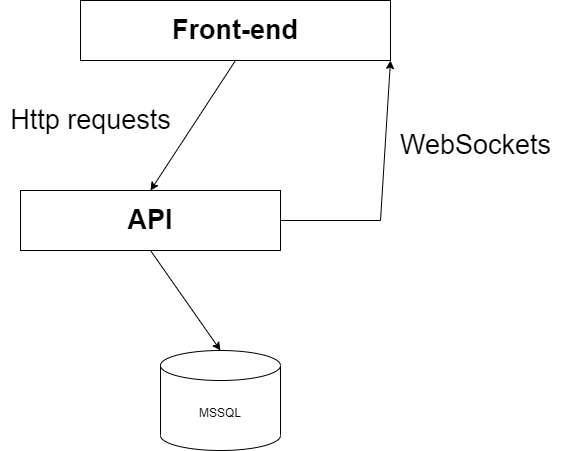
AGranosik/LetChooseTeams keeps this draw.io diagram as images/v1_architecture.png. Above is the earlier version. Source tidied: cells renumbered, new cells last; positions are measured from the earlier drawing's top-left corner, leaving out a move shared by most shapes.
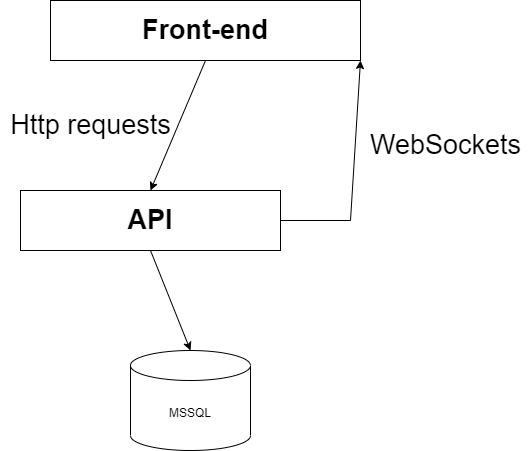
After the change.

Commit message:
white image bacground

What changed in the source:
```diff
@@ -1,4 +1,4 @@
-<mxGraphModel>
+<mxGraphModel background="#FFFFFF">
   <root>
     <mxCell id="0" />
     <mxCell id="1" parent="0" />
@@ -9,10 +9,10 @@
       <mxGeometry x="80" width="310" height="60" as="geometry" />
     </mxCell>
     <mxCell id="4" value="&lt;b&gt;API&lt;/b&gt;" style="rounded=0;whiteSpace=wrap;html=1;fontSize=27;" parent="1" vertex="1">
-      <mxGeometry x="20" y="190" width="260" height="60" as="geometry" />
+      <mxGeometry x="50" y="190" width="260" height="60" as="geometry" />
     </mxCell>
     <mxCell id="5" value="Http requests&lt;br&gt;" style="text;html=1;align=center;verticalAlign=middle;strokeColor=none;fillColor=none;fontSize=27;" parent="1" vertex="1">
-      <mxGeometry y="95" width="180" height="50" as="geometry" />
+      <mxGeometry x="30" y="100" width="180" height="50" as="geometry" />
     </mxCell>
     <mxCell id="6" style="endArrow=classic;html=1;rounded=0;fontSize=27;exitX=0.5;exitY=1;exitDx=0;exitDy=0;entryX=0.5;entryY=0;entryDx=0;entryDy=0;" parent="1" edge="1" source="3" target="4">
       <mxGeometry relative="1" as="geometry" />
```
